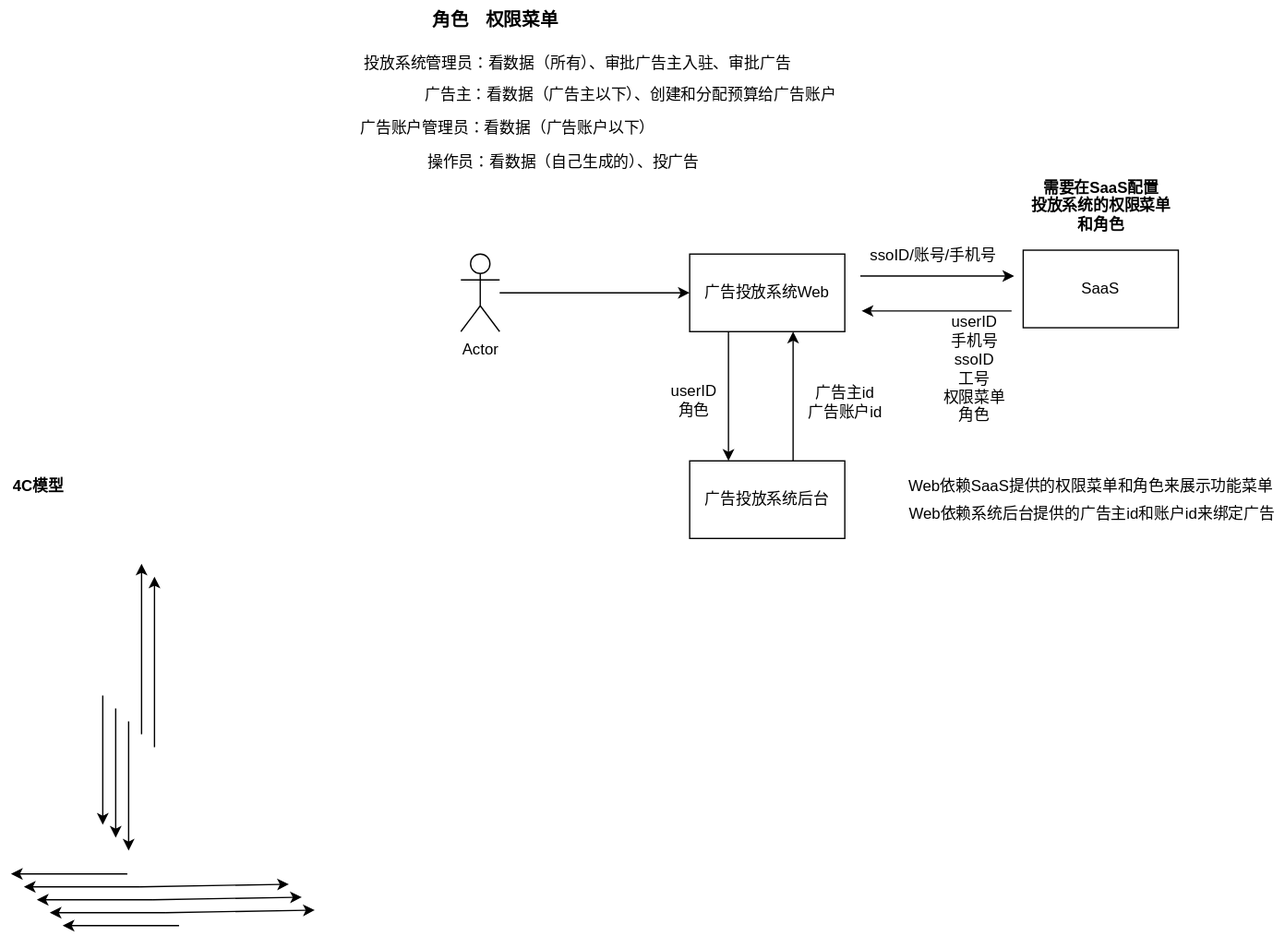
This is 广告主账户体系.svg from WorryFreeCafe/diagram, a draw.io export, as it was before one commit. Source tidied: cells renumbered, new cells last; positions are measured from the earlier drawing's top-left corner, leaving out a move shared by most shapes.
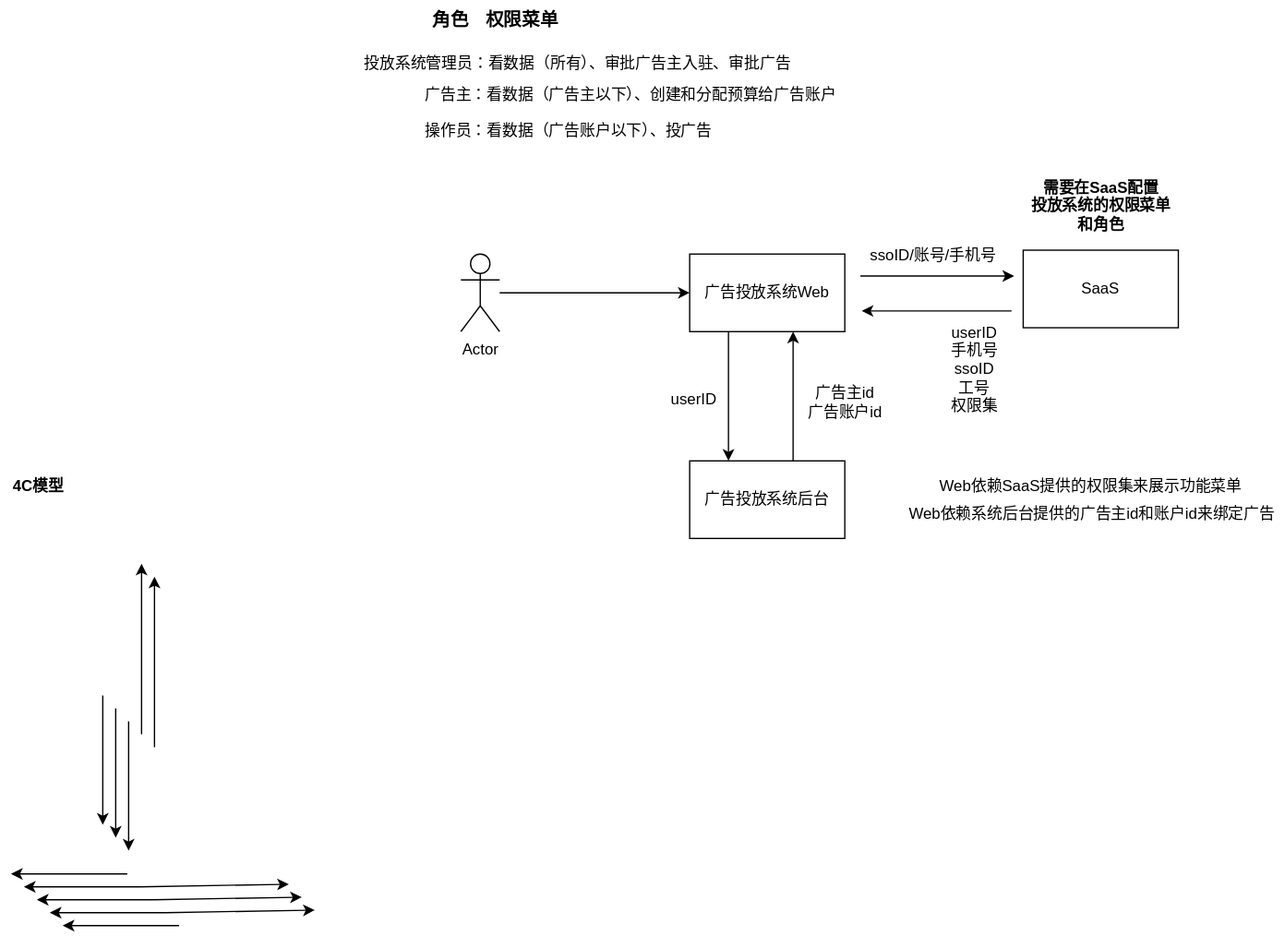
After the commit.

Commit message:
更新广告主账户体系.svg

The edit, as a diff of the source:
```diff
@@ -85,8 +85,8 @@
     <mxCell id="18" value="ssoID/账号/手机号" style="text;html=1;align=center;verticalAlign=middle;strokeColor=none;fillColor=none;" parent="1" vertex="1">
       <mxGeometry x="663.5" y="184" width="115" height="26" as="geometry" />
     </mxCell>
-    <mxCell id="19" value="userID&lt;br&gt;手机号&lt;br&gt;ssoID&lt;br&gt;工号&lt;br&gt;权限菜单&lt;br&gt;角色" style="text;html=1;align=center;verticalAlign=middle;strokeColor=none;fillColor=none;" parent="1" vertex="1">
-      <mxGeometry x="720" y="236" width="66" height="98" as="geometry" />
+    <mxCell id="19" value="userID&lt;br&gt;手机号&lt;br&gt;ssoID&lt;br&gt;工号&lt;br&gt;权限集" style="text;html=1;align=center;verticalAlign=middle;strokeColor=none;fillColor=none;" parent="1" vertex="1">
+      <mxGeometry x="726" y="243" width="54" height="84" as="geometry" />
     </mxCell>
     <mxCell id="20" value="广告投放系统后台" style="rounded=0;whiteSpace=wrap;html=1;" parent="1" vertex="1">
       <mxGeometry x="533" y="356" width="120" height="60" as="geometry" />
@@ -136,14 +136,11 @@
     <mxCell id="29" value="广告主：看数据（广告主以下）、创建和分配预算给广告账户" style="text;html=1;align=center;verticalAlign=middle;strokeColor=none;fillColor=none;" parent="1" vertex="1">
       <mxGeometry x="316" y="60" width="342" height="26" as="geometry" />
     </mxCell>
-    <mxCell id="30" value="userID&lt;br&gt;角色" style="text;html=1;align=center;verticalAlign=middle;strokeColor=none;fillColor=none;" parent="1" vertex="1">
-      <mxGeometry x="509" y="288" width="53" height="41" as="geometry" />
+    <mxCell id="30" value="userID" style="text;html=1;align=center;verticalAlign=middle;strokeColor=none;fillColor=none;" parent="1" vertex="1">
+      <mxGeometry x="509" y="296" width="53" height="26" as="geometry" />
     </mxCell>
-    <mxCell id="31" value="操作员：看数据（自己生成的）、投广告" style="text;html=1;align=center;verticalAlign=middle;strokeColor=none;fillColor=none;" parent="1" vertex="1">
-      <mxGeometry x="318" y="112" width="234" height="26" as="geometry" />
-    </mxCell>
-    <mxCell id="32" value="广告账户管理员：看数据（广告账户以下）" style="text;html=1;align=center;verticalAlign=middle;strokeColor=none;fillColor=none;" parent="1" vertex="1">
-      <mxGeometry x="269" y="86" width="246" height="26" as="geometry" />
+    <mxCell id="32" value="操作员：看数据（广告账户以下）、投广告" style="text;html=1;align=center;verticalAlign=middle;strokeColor=none;fillColor=none;" parent="1" vertex="1">
+      <mxGeometry x="316" y="88" width="246" height="26" as="geometry" />
     </mxCell>
     <mxCell id="33" value="投放系统管理员：看数据（所有）、审批广告主入驻、审批广告" style="text;html=1;align=center;verticalAlign=middle;strokeColor=none;fillColor=none;" parent="1" vertex="1">
       <mxGeometry x="269" y="36" width="354" height="26" as="geometry" />
@@ -154,8 +151,8 @@
     <mxCell id="35" value="&lt;b&gt;&lt;font style=&quot;font-size: 14px;&quot;&gt;权限菜单&lt;/font&gt;&lt;/b&gt;" style="text;html=1;align=center;verticalAlign=middle;strokeColor=none;fillColor=none;" parent="1" vertex="1">
       <mxGeometry x="366" width="74" height="29" as="geometry" />
     </mxCell>
-    <mxCell id="36" value="Web依赖SaaS提供的权限菜单和角色来展示功能菜单&lt;br&gt;" style="text;html=1;align=center;verticalAlign=middle;strokeColor=none;fillColor=none;" parent="1" vertex="1">
-      <mxGeometry x="693" y="362.5" width="300" height="26" as="geometry" />
+    <mxCell id="36" value="Web依赖SaaS提供的权限集来展示功能菜单" style="text;html=1;align=center;verticalAlign=middle;strokeColor=none;fillColor=none;" parent="1" vertex="1">
+      <mxGeometry x="717" y="362.5" width="252" height="26" as="geometry" />
     </mxCell>
     <mxCell id="37" value="Web依赖系统后台提供的广告主id和账户id来绑定广告" style="text;html=1;align=center;verticalAlign=middle;strokeColor=none;fillColor=none;" parent="1" vertex="1">
       <mxGeometry x="693" y="383.5" width="301" height="26" as="geometry" />
```
